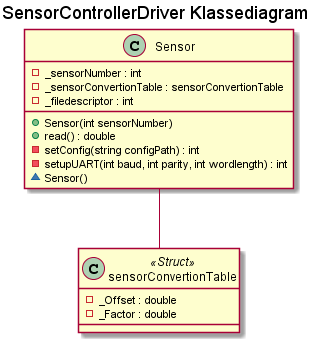
This is Design/SE/SensorController Driver/Klassediagram/CD_SensorControllerDriver.png from Solvgraa-mager/E4PRJ4, a PlantUML export, as it was before one commit.
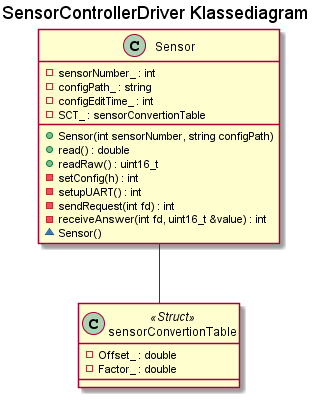
The same diagram one commit later.

What changed in the source:
```diff
@@ -2,19 +2,23 @@
 title SensorControllerDriver Klassediagram
 
 class Sensor{
-    +Sensor(int sensorNumber)
+    +Sensor(int sensorNumber, string configPath)
     +read() : double
-    -setConfig(string configPath) : int
-    -setupUART(int baud, int parity, int wordlength) : int
+    +readRaw() : uint16_t
+    -setConfig(h) : int
+    -setupUART() : int
+    -sendRequest(int fd) : int
+    -receiveAnswer(int fd, uint16_t &value) : int
     ~Sensor()
-    -_sensorNumber : int
-    -_sensorConvertionTable : sensorConvertionTable
-    -_filedescriptor : int
+    -sensorNumber_ : int
+    -configPath_ : string
+    -configEditTime_ : int
+    -SCT_ : sensorConvertionTable
 }
 
 class sensorConvertionTable <<Struct>>{
-    -_Offset : double
-    -_Factor : double
+    -Offset_ : double
+    -Factor_ : double
 }
 
 Sensor -- sensorConvertionTable
```
